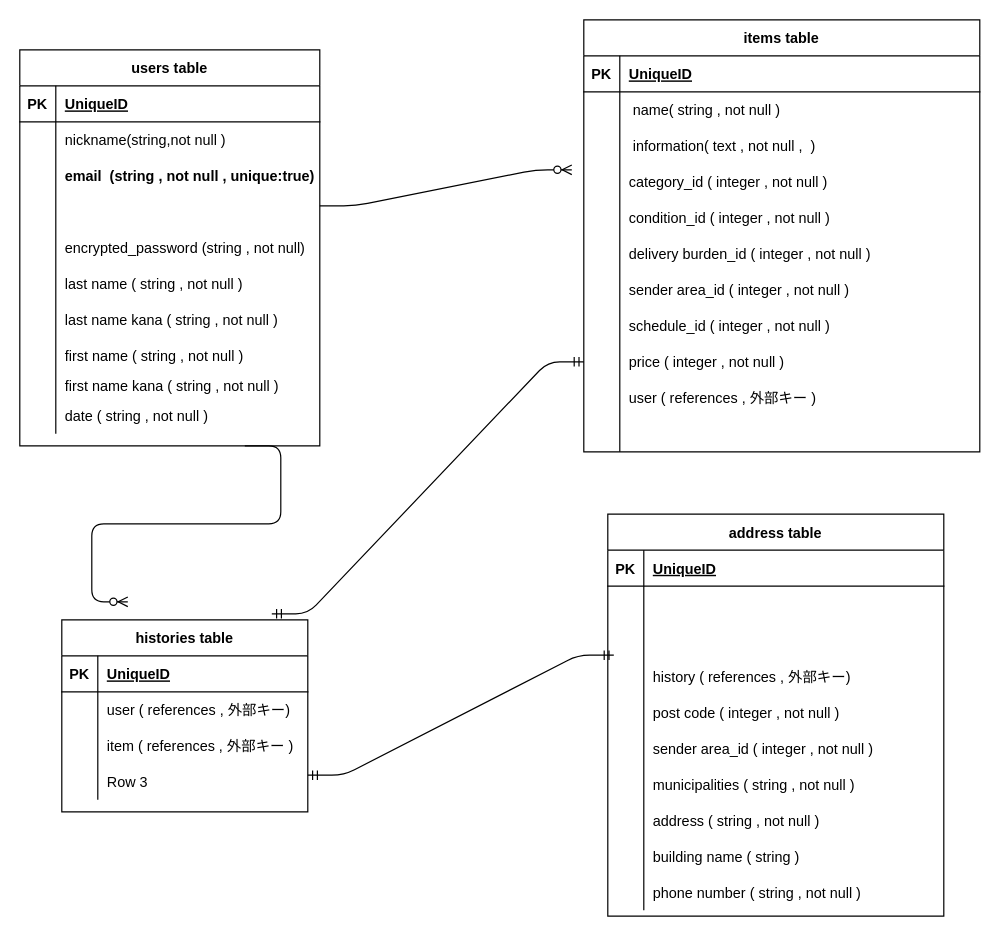
The draw.io diagram furima.dio in Geny1005/furima-38507, before the edit. Source tidied: cells renumbered, new cells numbered last; positions are measured from the earlier drawing's top-left corner, leaving out a move shared by most shapes. Both pictures are drawn from the tidied source at 120%, with x=0, y=0 at pixel (19, 19).
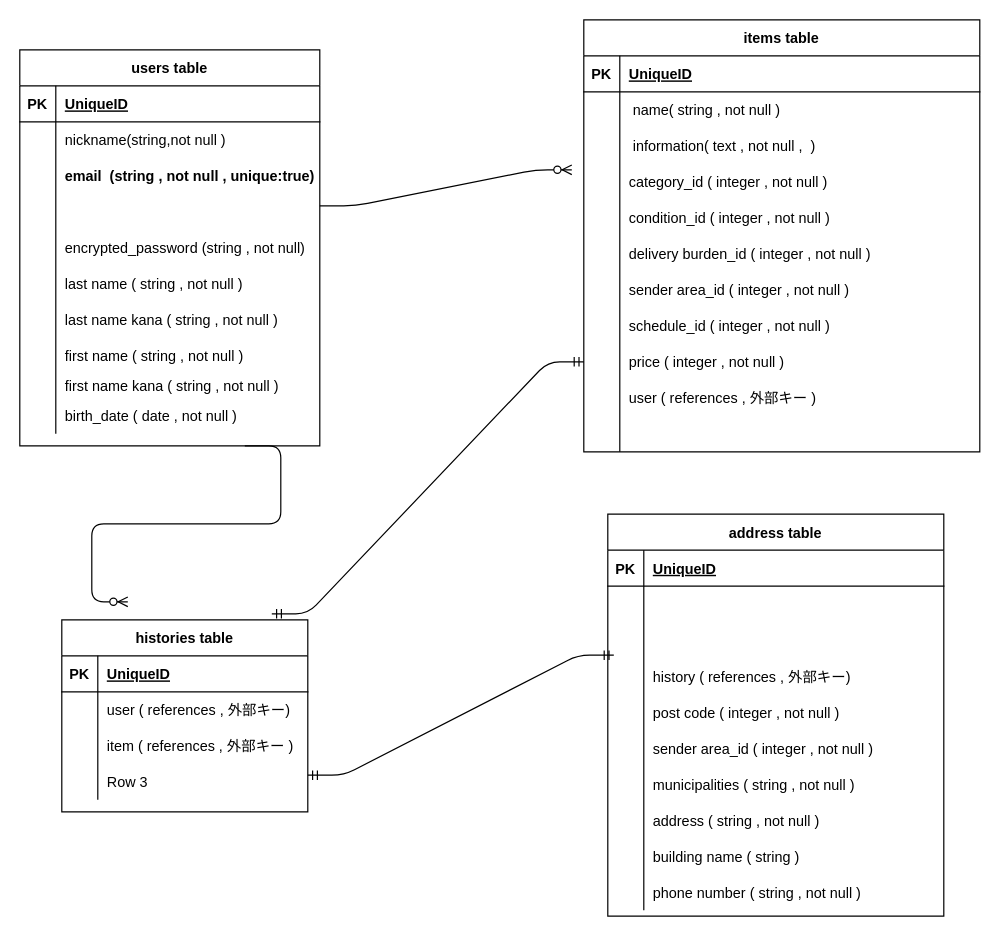
After the change.

Commit message (it also covers changes not shown here):
スペルミス修正

Unchanged cells that the change refers to:
```xml
<mxCell id="30" style="shape=partialRectangle;fillColor=none;top=0;left=0;bottom=0;right=0;" parent="2" vertex="1">
  <mxGeometry y="290" width="250" height="30" as="geometry" />
</mxCell>
```

The edit, as a diff of the source:
```diff
@@
-    <mxCell id="32" value="date ( string , not null )" style="shape=partialRectangle;fillColor=none;top=0;left=0;bottom=0;right=0;align=left;spacingLeft=6;overflow=hidden;" parent="30" vertex="1">
+    <mxCell id="32" value="birth_date ( date , not null )" style="shape=partialRectangle;fillColor=none;top=0;left=0;bottom=0;right=0;align=left;spacingLeft=6;overflow=hidden;" parent="30" vertex="1">
       <mxGeometry x="30" width="220" height="30" as="geometry" />
     </mxCell>
```
